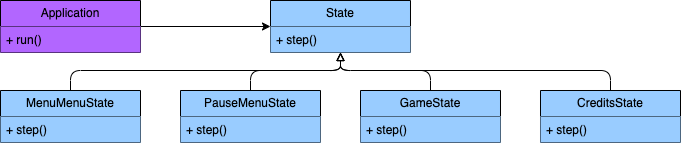
This is documents/uml/State Diagram.png from FEUP-LDTS-2024/project-t02g03, a draw.io export, as it was before one commit. Source tidied: cells renumbered, new cells last; positions are measured from the earlier drawing's top-left corner, leaving out a move shared by most shapes.
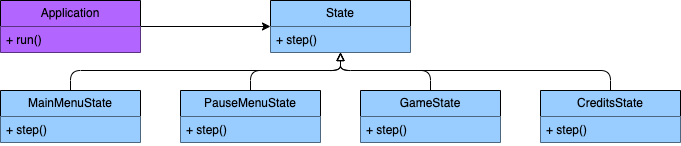
After the commit.

Commit message:
fixed small spelling mistake in State Diagram.png

The edit, as a diff of the source:
```diff
@@ -25,7 +25,7 @@
         </Array>
       </mxGeometry>
     </mxCell>
-    <mxCell id="8" value="MenuMenuState" style="swimlane;fontStyle=0;horizontal=1;startSize=26;fillColor=#99CCFF;whiteSpace=wrap;html=1;" parent="1" vertex="1">
+    <mxCell id="8" value="MainMenuState" style="swimlane;fontStyle=0;horizontal=1;startSize=26;fillColor=#99CCFF;whiteSpace=wrap;html=1;" parent="1" vertex="1">
       <mxGeometry y="90" width="140" height="52" as="geometry" />
     </mxCell>
     <mxCell id="9" value="+ step()" style="text;strokeColor=none;fillColor=#99CCFF;align=left;verticalAlign=top;spacingLeft=4;spacingRight=4;overflow=hidden;whiteSpace=wrap;html=1;" parent="8" vertex="1">
```
